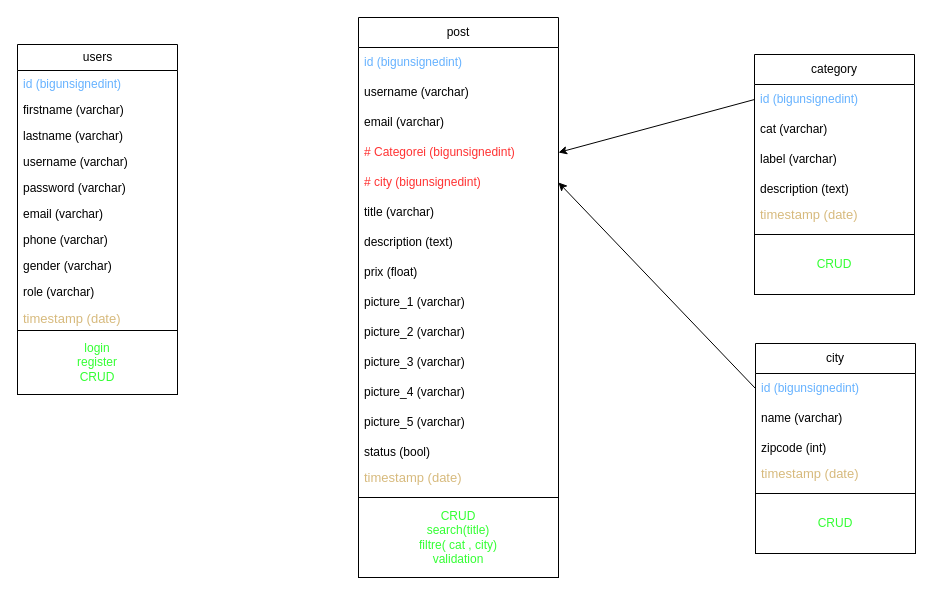
ael-mouz/Quick_Annonce keeps this draw.io diagram as database.drawio. Above is the earlier version. Source tidied: cells renumbered, new cells numbered last; positions are measured from the earlier drawing's top-left corner, leaving out a move shared by most shapes. Both pictures are drawn from the tidied source at 100%, with x=0, y=0 at pixel (17, 17).
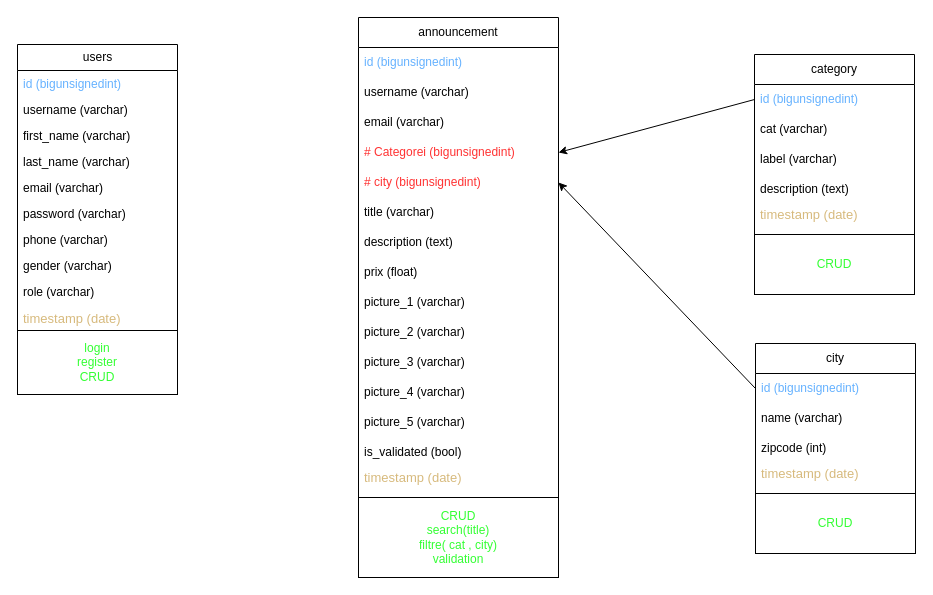
The same diagram, later.

The change refers to these unchanged cells:
```xml
<mxCell id="2" value="users" style="swimlane;fontStyle=0;horizontal=1;startSize=26;fillColor=none;html=1;labelBackgroundColor=none;" parent="1" vertex="1">
  <mxGeometry y="27" width="160" height="350" as="geometry" />
</mxCell>
```

What changed in the source:
```diff
@@
+    <mxCell id="6" value="username (varchar)" style="text;strokeColor=none;fillColor=none;align=left;verticalAlign=top;spacingLeft=4;spacingRight=4;overflow=hidden;whiteSpace=wrap;html=1;" parent="2" vertex="1">
+      <mxGeometry y="52" width="160" height="26" as="geometry" />
+    </mxCell>
-    <mxCell id="4" value="firstname (varchar)" style="text;strokeColor=none;fillColor=none;align=left;verticalAlign=top;spacingLeft=4;spacingRight=4;overflow=hidden;whiteSpace=wrap;html=1;" parent="2" vertex="1">
-      <mxGeometry y="52" width="160" height="26" as="geometry" />
+    <mxCell id="4" value="first_name (varchar)" style="text;strokeColor=none;fillColor=none;align=left;verticalAlign=top;spacingLeft=4;spacingRight=4;overflow=hidden;whiteSpace=wrap;html=1;" parent="2" vertex="1">
+      <mxGeometry y="78" width="160" height="26" as="geometry" />
     </mxCell>
-    <mxCell id="5" value="lastname (varchar)" style="text;strokeColor=none;fillColor=none;align=left;verticalAlign=top;spacingLeft=4;spacingRight=4;overflow=hidden;whiteSpace=wrap;html=1;" parent="2" vertex="1">
-      <mxGeometry y="78" width="160" height="26" as="geometry" />
+    <mxCell id="5" value="last_name (varchar)" style="text;strokeColor=none;fillColor=none;align=left;verticalAlign=top;spacingLeft=4;spacingRight=4;overflow=hidden;whiteSpace=wrap;html=1;" parent="2" vertex="1">
+      <mxGeometry y="104" width="160" height="26" as="geometry" />
     </mxCell>
-    <mxCell id="6" value="username (varchar)" style="text;strokeColor=none;fillColor=none;align=left;verticalAlign=top;spacingLeft=4;spacingRight=4;overflow=hidden;whiteSpace=wrap;html=1;" parent="2" vertex="1">
-      <mxGeometry y="104" width="160" height="26" as="geometry" />
-    </mxCell>
+    <mxCell id="8" value="email (varchar)" style="text;strokeColor=none;fillColor=none;align=left;verticalAlign=top;spacingLeft=4;spacingRight=4;overflow=hidden;whiteSpace=wrap;html=1;" parent="2" vertex="1">
+      <mxGeometry y="130" width="160" height="26" as="geometry" />
+    </mxCell>
     <mxCell id="7" value="password (varchar)" style="text;strokeColor=none;fillColor=none;align=left;verticalAlign=top;spacingLeft=4;spacingRight=4;overflow=hidden;whiteSpace=wrap;html=1;" parent="2" vertex="1">
-      <mxGeometry y="130" width="160" height="26" as="geometry" />
+      <mxGeometry y="156" width="160" height="26" as="geometry" />
     </mxCell>
-    <mxCell id="8" value="email (varchar)" style="text;strokeColor=none;fillColor=none;align=left;verticalAlign=top;spacingLeft=4;spacingRight=4;overflow=hidden;whiteSpace=wrap;html=1;" parent="2" vertex="1">
-      <mxGeometry y="156" width="160" height="26" as="geometry" />
-    </mxCell>
@@
-    <mxCell id="27" value="post" style="swimlane;fontStyle=0;horizontal=1;startSize=30;whiteSpace=wrap;html=1;" parent="1" vertex="1">
+    <mxCell id="27" value="announcement" style="swimlane;fontStyle=0;horizontal=1;startSize=30;whiteSpace=wrap;html=1;" parent="1" vertex="1">
       <mxGeometry x="341" width="200" height="560" as="geometry" />
     </mxCell>
@@
-    <mxCell id="41" value="status (bool)" style="text;strokeColor=none;fillColor=none;align=left;verticalAlign=middle;spacingLeft=4;spacingRight=4;overflow=hidden;whiteSpace=wrap;html=1;" parent="27" vertex="1">
+    <mxCell id="41" value="is_validated (bool)" style="text;strokeColor=none;fillColor=none;align=left;verticalAlign=middle;spacingLeft=4;spacingRight=4;overflow=hidden;whiteSpace=wrap;html=1;" parent="27" vertex="1">
       <mxGeometry y="420" width="200" height="30" as="geometry" />
     </mxCell>
```
